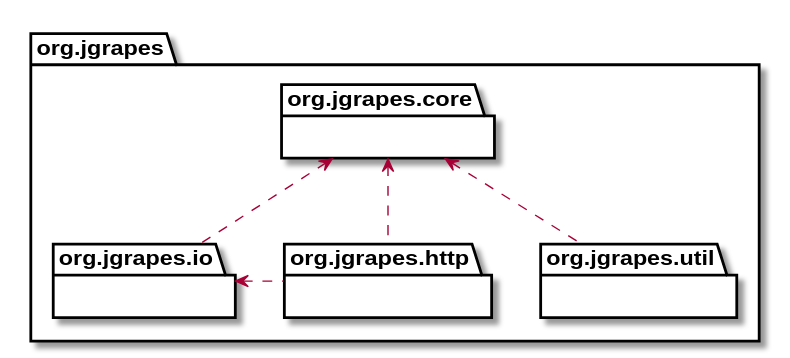
The PlantUML diagram javadoc/package-hierarchy.svg in mnlipp/jgrapes, before a commit. Its diagram source:
```plantuml
@startuml
skinparam svgLinkTarget _parent

package org.jgrapes {
    package org.jgrapes.core [[org/jgrapes/core/package-summary.html#package.description]] {
    }

    package org.jgrapes.util [[org/jgrapes/util/package-summary.html#package.description]] {
    }

    package org.jgrapes.io [[org/jgrapes/io/package-summary.html#package.description]] {
    }

    package org.jgrapes.http [[org/jgrapes/http/package-summary.html#package.description]] {
    }
}

org.jgrapes.core <.. org.jgrapes.io
org.jgrapes.core <.. org.jgrapes.util
org.jgrapes.core <.. org.jgrapes.http
org.jgrapes.io <.right. org.jgrapes.http
@enduml
```
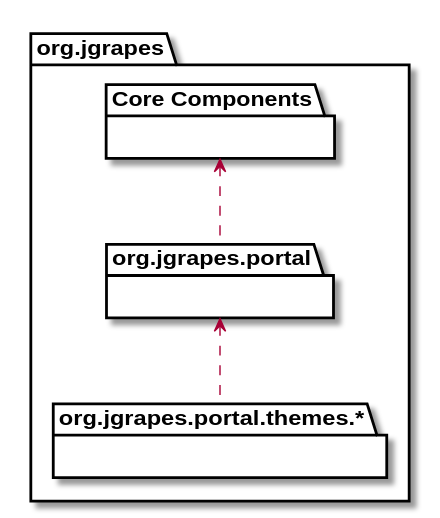
After the change.

The edit, as a diff of the source:
```diff
@@ -2,21 +2,16 @@
 skinparam svgLinkTarget _parent
 
 package org.jgrapes {
-    package org.jgrapes.core [[org/jgrapes/core/package-summary.html#package.description]] {
+    package "Core Components" {
     }
 
-    package org.jgrapes.util [[org/jgrapes/util/package-summary.html#package.description]] {
+    package org.jgrapes.portal [[org/jgrapes/portal/package-summary.html#package.description]] {
     }
 
-    package org.jgrapes.io [[org/jgrapes/io/package-summary.html#package.description]] {
-    }
-
-    package org.jgrapes.http [[org/jgrapes/http/package-summary.html#package.description]] {
+    package "org.jgrapes.portal.themes.*" {
     }
 }
 
-org.jgrapes.core <.. org.jgrapes.io
-org.jgrapes.core <.. org.jgrapes.util
-org.jgrapes.core <.. org.jgrapes.http
-org.jgrapes.io <.right. org.jgrapes.http
+"Core Components" <.. org.jgrapes.portal
+org.jgrapes.portal <.. "org.jgrapes.portal.themes.*"
 @enduml
```
